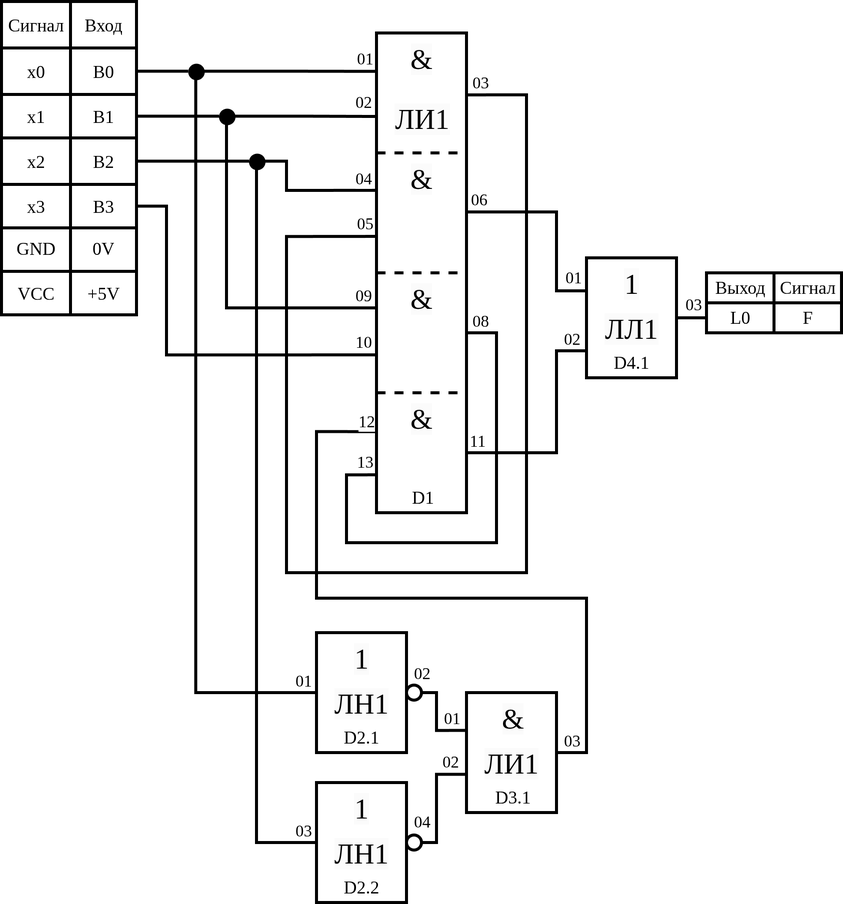
Earlier version of the draw.io export labs/DigitalСircuitry/lab1/pics/principle_diagram.png (smileyfaceskobochka/CompSci). Source tidied: cells renumbered, new cells last; positions are measured from the earlier drawing's top-left corner, leaving out a move shared by most shapes.
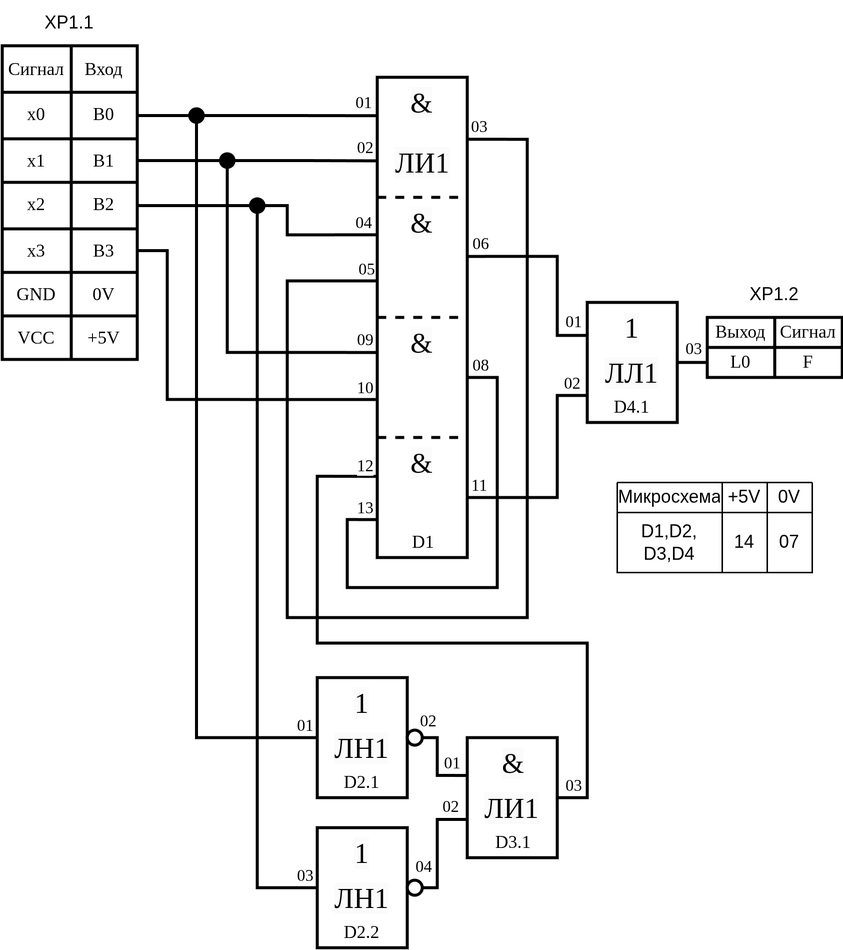
Later version of the same file.

Diff of the diagram source:
```diff
@@ -425,5 +425,38 @@
     <mxCell id="105" value="D3.1" style="text;html=1;whiteSpace=wrap;strokeColor=none;fillColor=none;align=center;verticalAlign=middle;rounded=0;fontFamily=Times New Roman;" parent="1" vertex="1">
       <mxGeometry x="310.5" y="521" width="60" height="20" as="geometry" />
     </mxCell>
+    <mxCell id="106" value="XP1.1" style="text;html=1;whiteSpace=wrap;strokeColor=none;fillColor=none;align=center;verticalAlign=middle;rounded=0;" parent="1" vertex="1">
+      <mxGeometry x="15" y="-30" width="60" height="30" as="geometry" />
+    </mxCell>
+    <mxCell id="107" value="XP1.2" style="text;html=1;whiteSpace=wrap;strokeColor=none;fillColor=none;align=center;verticalAlign=middle;rounded=0;" parent="1" vertex="1">
+      <mxGeometry x="485" y="151" width="60" height="30" as="geometry" />
+    </mxCell>
+    <mxCell id="108" style="shape=table;startSize=0;fixedHeader=1;" parent="1" vertex="1">
+      <mxGeometry x="410" y="291" width="130" height="60" as="geometry" />
+    </mxCell>
+    <mxCell id="109" style="shape=tableRow;horizontal=0;startSize=0;swimlaneHead=0;swimlaneBody=0;strokeColor=inherit;top=0;left=0;bottom=0;right=0;fillColor=none;fixedHeader=1;" parent="108" vertex="1">
+      <mxGeometry width="130" height="20" as="geometry" />
+    </mxCell>
+    <mxCell id="110" value="Микросхема" style="shape=partialRectangle;html=1;whiteSpace=wrap;strokeColor=inherit;overflow=hidden;fillColor=none;top=0;left=0;bottom=0;right=0;" parent="109" vertex="1">
+      <mxGeometry width="70" height="20" as="geometry" />
+    </mxCell>
+    <mxCell id="111" value="+5V" style="shape=partialRectangle;html=1;whiteSpace=wrap;strokeColor=inherit;overflow=hidden;fillColor=none;top=0;left=0;bottom=0;right=0;" parent="109" vertex="1">
+      <mxGeometry x="70" width="30" height="20" as="geometry" />
+    </mxCell>
+    <mxCell id="112" value="0V" style="shape=partialRectangle;html=1;whiteSpace=wrap;strokeColor=inherit;overflow=hidden;fillColor=none;top=0;left=0;bottom=0;right=0;" parent="109" vertex="1">
+      <mxGeometry x="100" width="30" height="20" as="geometry" />
+    </mxCell>
+    <mxCell id="113" style="shape=tableRow;horizontal=0;startSize=0;swimlaneHead=0;swimlaneBody=0;strokeColor=inherit;top=0;left=0;bottom=0;right=0;fillColor=none;fixedHeader=1;" parent="108" vertex="1">
+      <mxGeometry y="20" width="130" height="40" as="geometry" />
+    </mxCell>
+    <mxCell id="114" value="D1,D2,&lt;br&gt;D3,D4" style="shape=partialRectangle;html=1;whiteSpace=wrap;strokeColor=inherit;overflow=hidden;fillColor=none;top=0;left=0;bottom=0;right=0;" parent="113" vertex="1">
+      <mxGeometry width="70" height="40" as="geometry" />
+    </mxCell>
+    <mxCell id="115" value="14" style="shape=partialRectangle;html=1;whiteSpace=wrap;strokeColor=inherit;overflow=hidden;fillColor=none;top=0;left=0;bottom=0;right=0;" parent="113" vertex="1">
+      <mxGeometry x="70" width="30" height="40" as="geometry" />
+    </mxCell>
+    <mxCell id="116" value="07" style="shape=partialRectangle;html=1;whiteSpace=wrap;strokeColor=inherit;overflow=hidden;fillColor=none;top=0;left=0;bottom=0;right=0;" parent="113" vertex="1">
+      <mxGeometry x="100" width="30" height="40" as="geometry" />
+    </mxCell>
   </root>
 </mxGraphModel>
```
